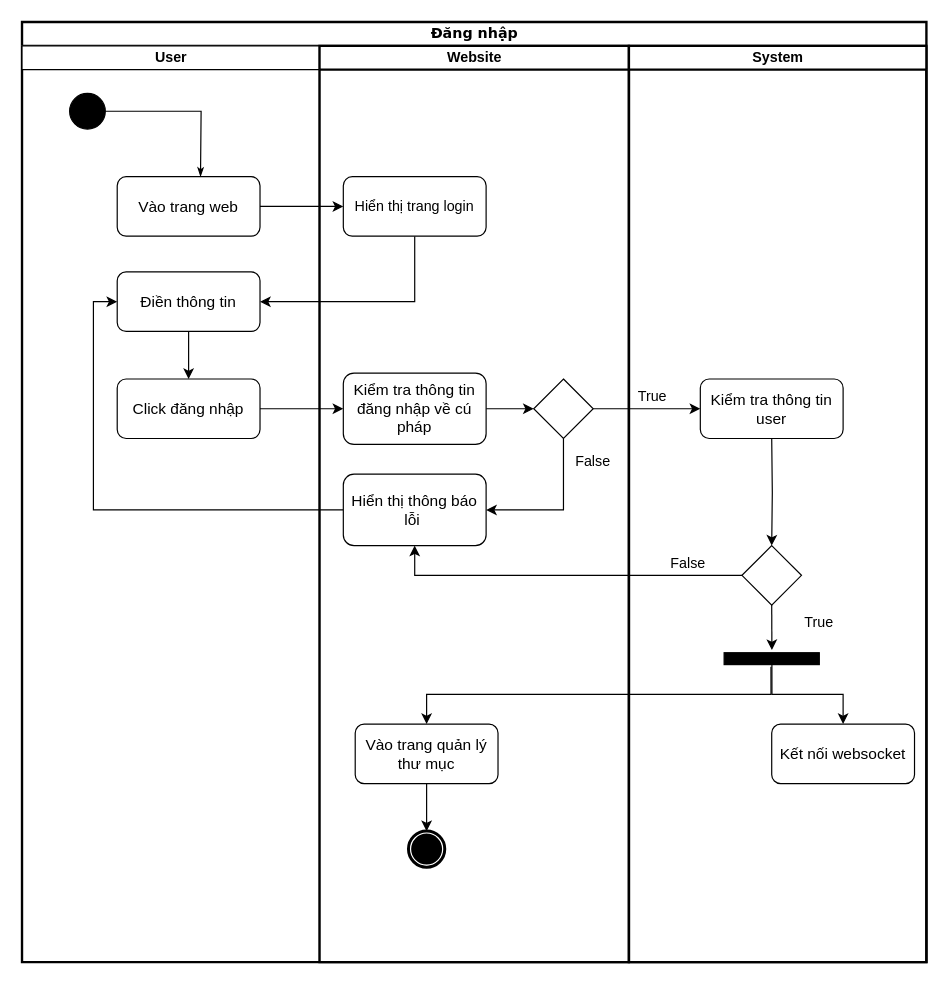
Above: BaoCao/DangNhap.drawio in N3iV/PBL4-SyncFolder (draw.io), before the change. Source tidied: cells renumbered, new cells numbered last; positions are measured from the earlier drawing's top-left corner, leaving out a move shared by most shapes. Both pictures are drawn from the tidied source at 119%, with x=0, y=0 at pixel (21, 21).
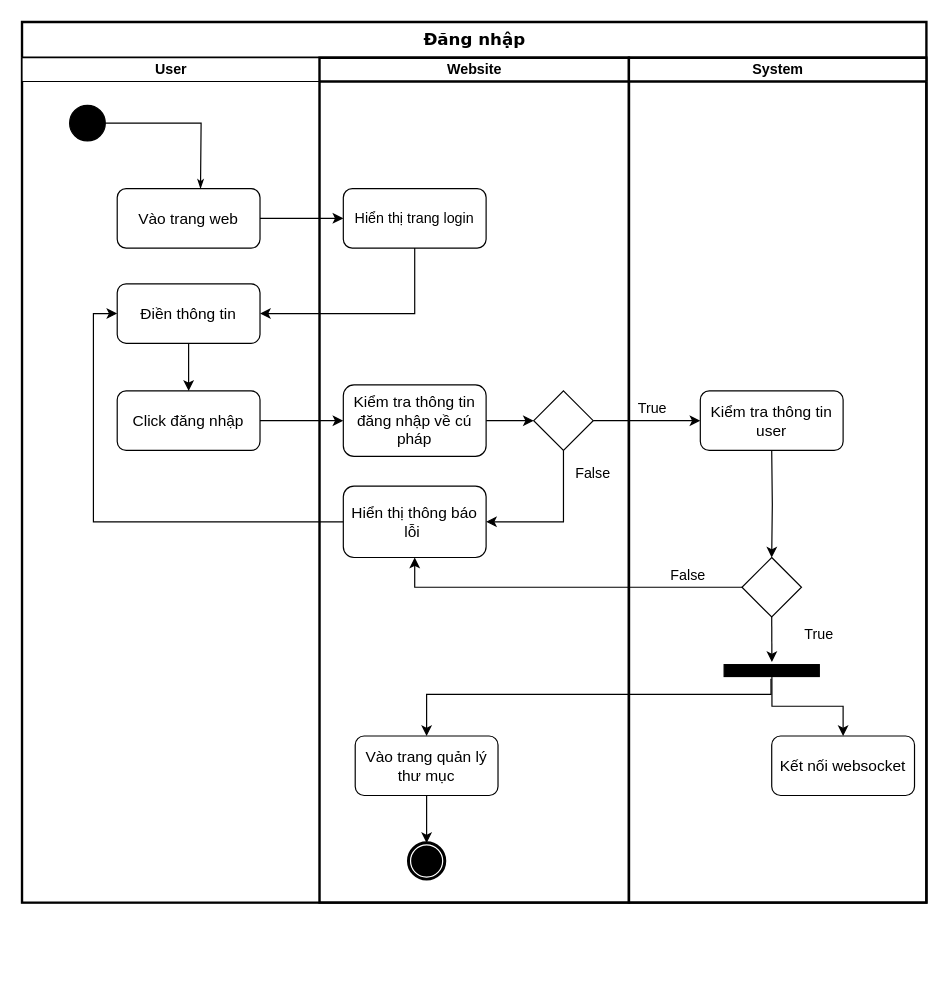
After the change.

Change to the diagram source:
```diff
@@
-    <mxCell id="2" value="Đăng nhập" style="swimlane;html=1;startSize=20;rounded=0;shadow=0;comic=0;labelBackgroundColor=none;strokeWidth=2;fontFamily=Verdana;fontSize=12;align=center;" parent="1" vertex="1">
-      <mxGeometry width="760" height="790" as="geometry" />
+    <mxCell id="2" value="&lt;font style=&quot;font-size: 14px;&quot;&gt;Đăng nhập&lt;/font&gt;" style="swimlane;html=1;startSize=30;rounded=0;shadow=0;comic=0;labelBackgroundColor=none;strokeWidth=2;fontFamily=Verdana;fontSize=12;align=center;" parent="1" vertex="1">
+      <mxGeometry width="760" height="740" as="geometry" />
     </mxCell>
     <mxCell id="3" value="User" style="swimlane;html=1;startSize=20;" parent="2" vertex="1">
-      <mxGeometry y="20" width="250" height="770" as="geometry" />
+      <mxGeometry y="30" width="250" height="710" as="geometry" />
     </mxCell>
@@
     <mxCell id="15" value="Website" style="swimlane;html=1;startSize=20;strokeWidth=2;" parent="2" vertex="1">
-      <mxGeometry x="250" y="20" width="260" height="770" as="geometry" />
+      <mxGeometry x="250" y="30" width="260" height="710" as="geometry" />
     </mxCell>
@@
     <mxCell id="26" value="System" style="swimlane;html=1;startSize=20;strokeWidth=2;" parent="2" vertex="1">
-      <mxGeometry x="510" y="20" width="250" height="770" as="geometry" />
+      <mxGeometry x="510" y="30" width="250" height="710" as="geometry" />
     </mxCell>
```
